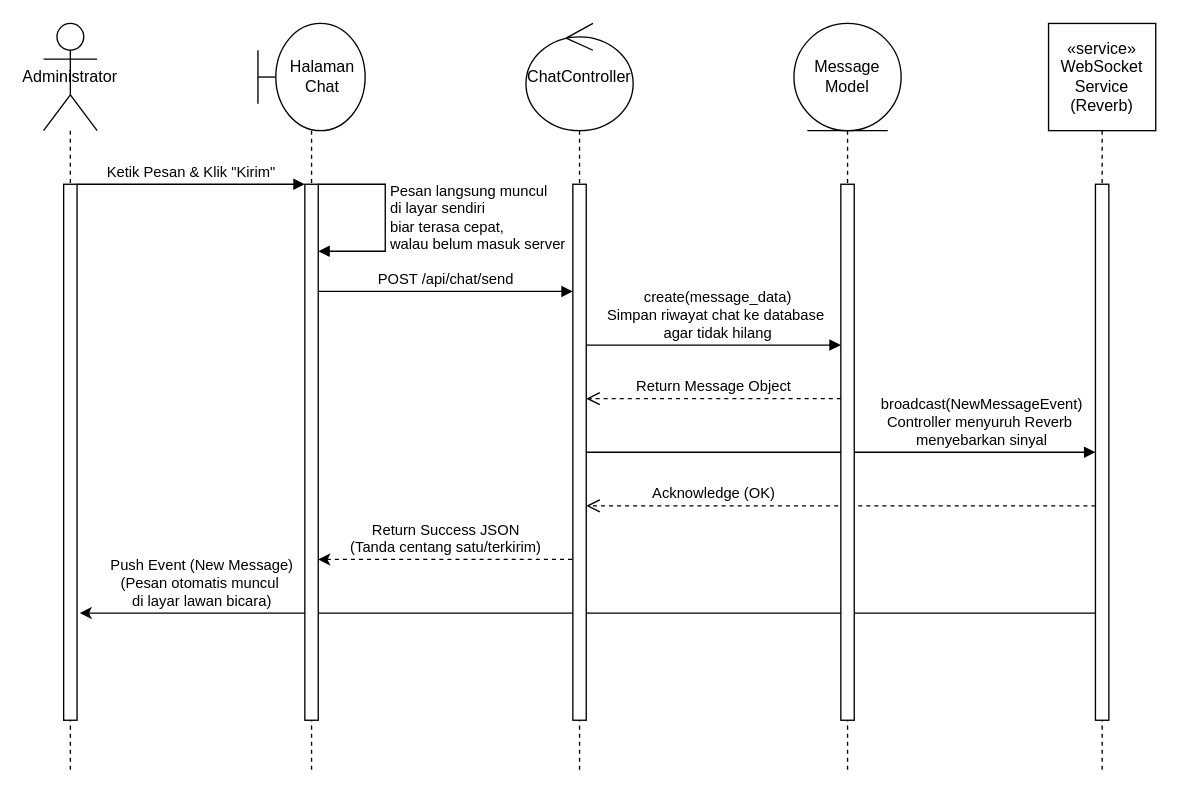
Before: Melakukan Sesi Konseling (Chat).drawio in UlulAzmiALatala/moodly-app, a draw.io diagram. Source tidied: cells renumbered, new cells numbered last; positions are measured from the earlier drawing's top-left corner, leaving out a move shared by most shapes. Both pictures are drawn from the tidied source at 134%, with x=0, y=0 at pixel (43, 23).
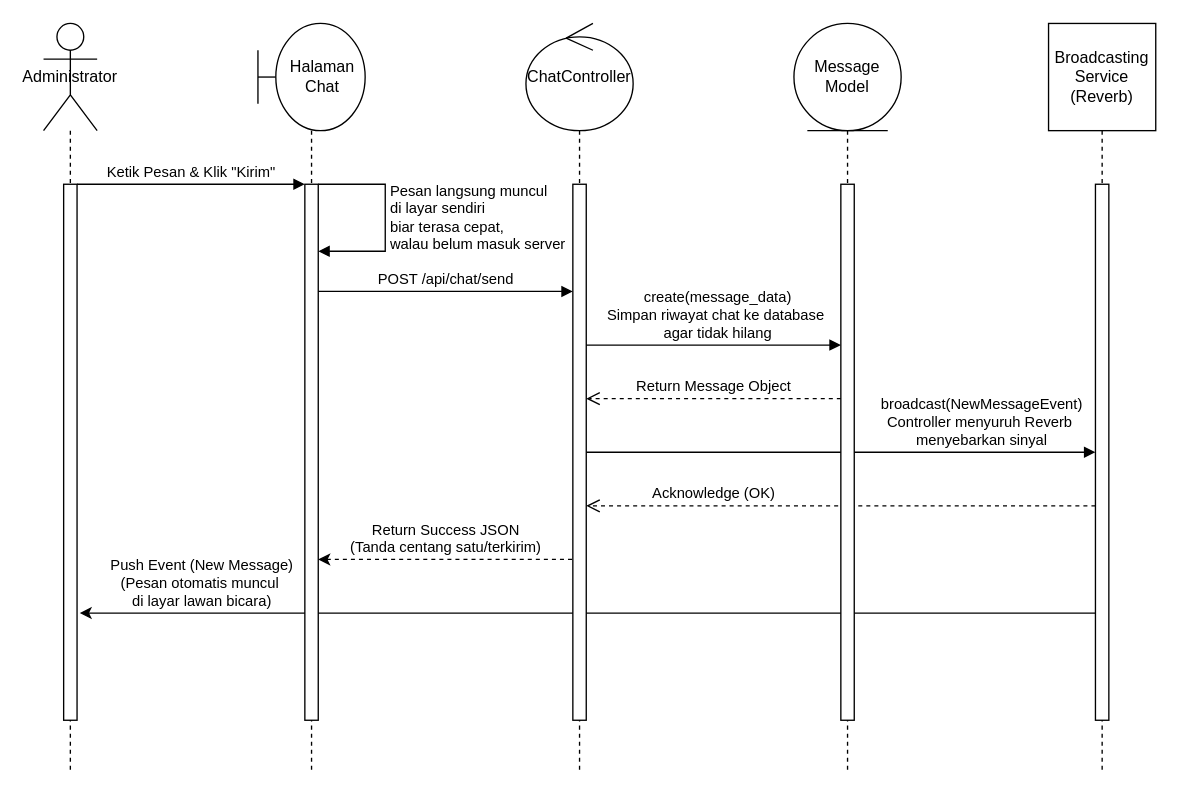
The same diagram, later.

The edit, as a diff of the source:
```diff
@@
-    <mxCell id="19" value="«service»&lt;br/&gt;WebSocket Service&lt;br/&gt;(Reverb)" style="shape=umlLifeline;perimeter=lifelinePerimeter;whiteSpace=wrap;html=1;newEdgeStyle={&quot;curved&quot;:0,&quot;rounded&quot;:0};size=80;" parent="1" vertex="1">
+    <mxCell id="19" value="Broadcasting Service (Reverb)" style="shape=umlLifeline;perimeter=lifelinePerimeter;whiteSpace=wrap;html=1;newEdgeStyle={&quot;curved&quot;:0,&quot;rounded&quot;:0};size=80;" parent="1" vertex="1">
       <mxGeometry x="750" width="80" height="560" as="geometry" />
     </mxCell>
```
